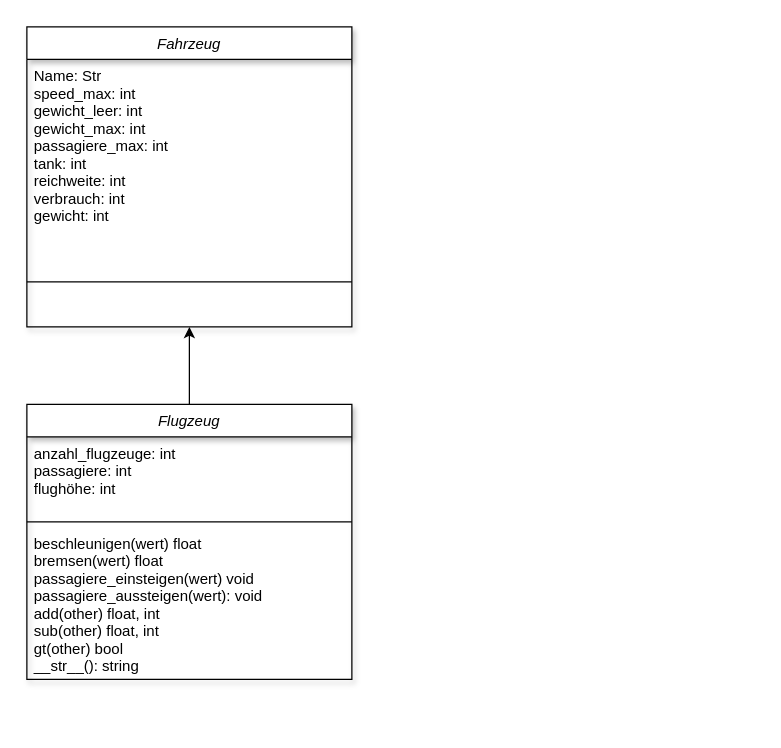
sstreichan/ProjektFlugzeug keeps this draw.io diagram as page "Flugzeug" (1 of 2) of Klassendiagramm.drawio. Above is the earlier version. Source tidied: cells renumbered, new cells numbered last; positions are measured from the earlier drawing's top-left corner, leaving out a move shared by most shapes. Both pictures are drawn from the tidied source at 125%, with x=0, y=0 at pixel (26, 26).
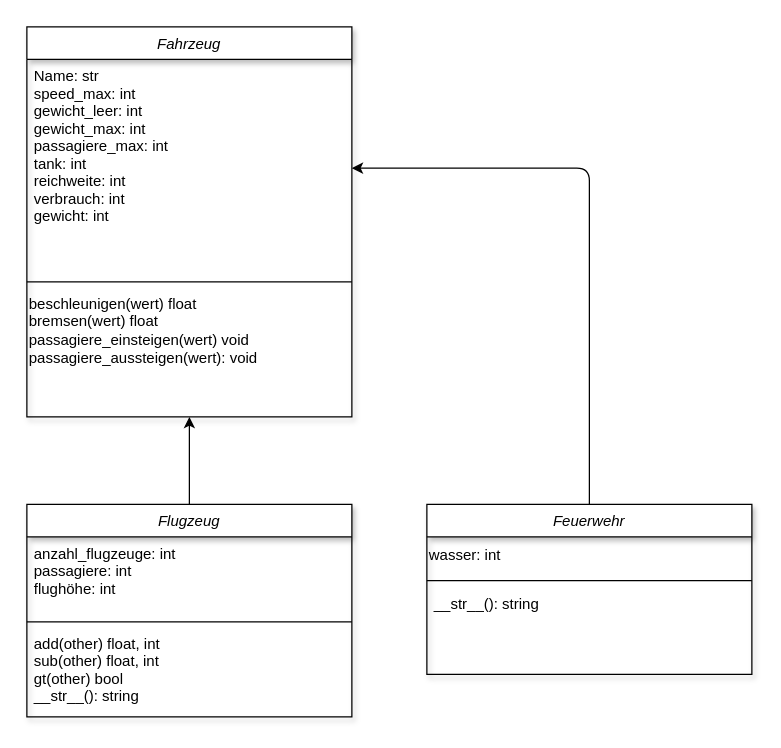
The same page after the edit.

Diff of the diagram source:
```diff
@@
 <mxGraphModel>
   <root>
     <mxCell id="0" />
     <mxCell id="1" parent="0" />
     <mxCell id="2" style="edgeStyle=none;html=1;entryX=0.5;entryY=1;entryDx=0;entryDy=0;" parent="1" edge="1" source="3" target="7">
       <mxGeometry relative="1" as="geometry" />
     </mxCell>
     <mxCell id="3" value="Flugzeug" style="swimlane;fontStyle=2;align=center;verticalAlign=top;horizontal=1;startSize=26;rounded=0;shadow=1;strokeWidth=1;" parent="1" vertex="1">
-      <mxGeometry y="302" width="260" height="220" as="geometry" />
+      <mxGeometry y="382" width="260" height="170" as="geometry" />
     </mxCell>
     <mxCell id="4" value="anzahl_flugzeuge: int&#10;passagiere: int&#10;flughöhe: int&#10;" style="text;align=left;verticalAlign=top;spacingLeft=4;spacingRight=4;overflow=hidden;rounded=0;shadow=0;html=0;" parent="3" vertex="1">
       <mxGeometry y="26" width="260" height="64" as="geometry" />
     </mxCell>
     <mxCell id="5" style="line;html=1;strokeWidth=1;align=left;verticalAlign=middle;spacingTop=-1;spacingLeft=3;spacingRight=3;labelPosition=right;" parent="3" vertex="1">
       <mxGeometry y="90" width="260" height="8" as="geometry" />
     </mxCell>
-    <mxCell id="6" value="beschleunigen(wert) float&#10;bremsen(wert) float&#10;passagiere_einsteigen(wert) void&#10;passagiere_aussteigen(wert): void&#10;add(other) float, int&#10;sub(other) float, int&#10;gt(other) bool&#10;__str__(): string&#10;" style="text;align=left;verticalAlign=top;spacingLeft=4;spacingRight=4;overflow=hidden;" parent="3" vertex="1">
-      <mxGeometry y="98" width="260" height="122" as="geometry" />
+    <mxCell id="6" value="add(other) float, int&#10;sub(other) float, int&#10;gt(other) bool&#10;__str__(): string&#10;" style="text;align=left;verticalAlign=top;spacingLeft=4;spacingRight=4;overflow=hidden;" parent="3" vertex="1">
+      <mxGeometry y="98" width="260" height="72" as="geometry" />
     </mxCell>
     <mxCell id="7" value="Fahrzeug" style="swimlane;fontStyle=2;align=center;verticalAlign=top;horizontal=1;startSize=26;rounded=0;shadow=1;strokeWidth=1;" parent="1" vertex="1">
-      <mxGeometry width="260" height="240" as="geometry" />
+      <mxGeometry width="260" height="312" as="geometry" />
     </mxCell>
-    <mxCell id="8" value="Name: Str&#10;speed_max: int&#10;gewicht_leer: int&#10;gewicht_max: int&#10;passagiere_max: int&#10;tank: int&#10;reichweite: int&#10;verbrauch: int&#10;gewicht: int" style="text;align=left;verticalAlign=top;spacingLeft=4;spacingRight=4;overflow=hidden;points=[[0,0.5],[1,0.5]];portConstraint=eastwest;rounded=0;shadow=0;html=0;" parent="7" vertex="1">
+    <mxCell id="8" value="Name: str&#10;speed_max: int&#10;gewicht_leer: int&#10;gewicht_max: int&#10;passagiere_max: int&#10;tank: int&#10;reichweite: int&#10;verbrauch: int&#10;gewicht: int" style="text;align=left;verticalAlign=top;spacingLeft=4;spacingRight=4;overflow=hidden;points=[[0,0.5],[1,0.5]];portConstraint=eastwest;rounded=0;shadow=0;html=0;" parent="7" vertex="1">
       <mxGeometry y="26" width="260" height="174" as="geometry" />
     </mxCell>
     <mxCell id="9" style="line;html=1;strokeWidth=1;align=left;verticalAlign=middle;spacingTop=-1;spacingLeft=3;spacingRight=3;labelPosition=right;" parent="7" vertex="1">
       <mxGeometry y="200" width="260" height="8" as="geometry" />
     </mxCell>
+    <mxCell id="10" value="&lt;span style=&quot;&quot;&gt;beschleunigen(wert) float&lt;/span&gt;&lt;br style=&quot;padding: 0px; margin: 0px;&quot;&gt;&lt;span style=&quot;&quot;&gt;bremsen(wert) float&lt;/span&gt;&lt;br style=&quot;padding: 0px; margin: 0px;&quot;&gt;&lt;span style=&quot;&quot;&gt;passagiere_einsteigen(wert) void&lt;/span&gt;&lt;br style=&quot;padding: 0px; margin: 0px;&quot;&gt;&lt;span style=&quot;&quot;&gt;passagiere_aussteigen(wert): void&lt;/span&gt;" style="text;html=1;align=left;verticalAlign=middle;strokeColor=none;fillColor=none;" parent="7" vertex="1">
+      <mxGeometry y="208" width="260" height="70" as="geometry" />
+    </mxCell>
+    <mxCell id="11" style="edgeStyle=none;html=1;" parent="1" edge="1" source="12" target="8">
+      <mxGeometry relative="1" as="geometry">
+        <Array as="points">
+          <mxPoint x="450" y="113" />
+        </Array>
+      </mxGeometry>
+    </mxCell>
+    <mxCell id="12" value="Feuerwehr" style="swimlane;fontStyle=2;align=center;verticalAlign=top;horizontal=1;startSize=26;rounded=0;shadow=1;strokeWidth=1;" parent="1" vertex="1">
+      <mxGeometry x="320" y="382" width="260" height="136" as="geometry" />
+    </mxCell>
+    <mxCell id="13" value="wasser: int&lt;br&gt;" style="text;html=1;align=left;verticalAlign=middle;strokeColor=none;fillColor=none;" parent="12" vertex="1">
+      <mxGeometry y="26" width="260" height="30" as="geometry" />
+    </mxCell>
+    <mxCell id="14" style="line;html=1;strokeWidth=1;align=left;verticalAlign=middle;spacingTop=-1;spacingLeft=3;spacingRight=3;labelPosition=right;" parent="12" vertex="1">
+      <mxGeometry y="56" width="260" height="10" as="geometry" />
+    </mxCell>
+    <mxCell id="15" value="__str__(): string&#10;" style="text;align=left;verticalAlign=top;spacingLeft=4;spacingRight=4;overflow=hidden;" parent="12" vertex="1">
+      <mxGeometry y="66" width="260" height="70" as="geometry" />
+    </mxCell>
   </root>
 </mxGraphModel>
```
